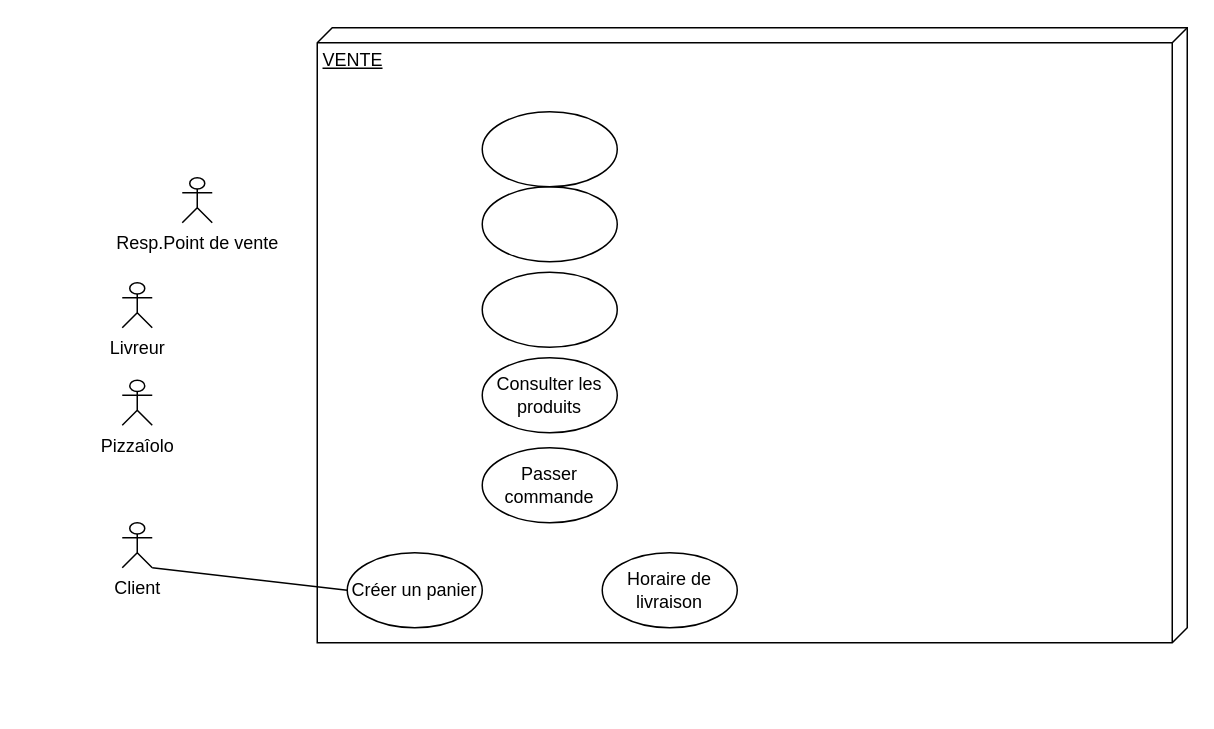
Before: Diagramme cas d utilisation "Vente".drawio in touil2019/Projet4-OC-Pizza, a draw.io diagram. Source tidied: cells renumbered, new cells numbered last; positions are measured from the earlier drawing's top-left corner, leaving out a move shared by most shapes. Both pictures are drawn from the tidied source at 150%, with x=0, y=0 at pixel (122, 27).
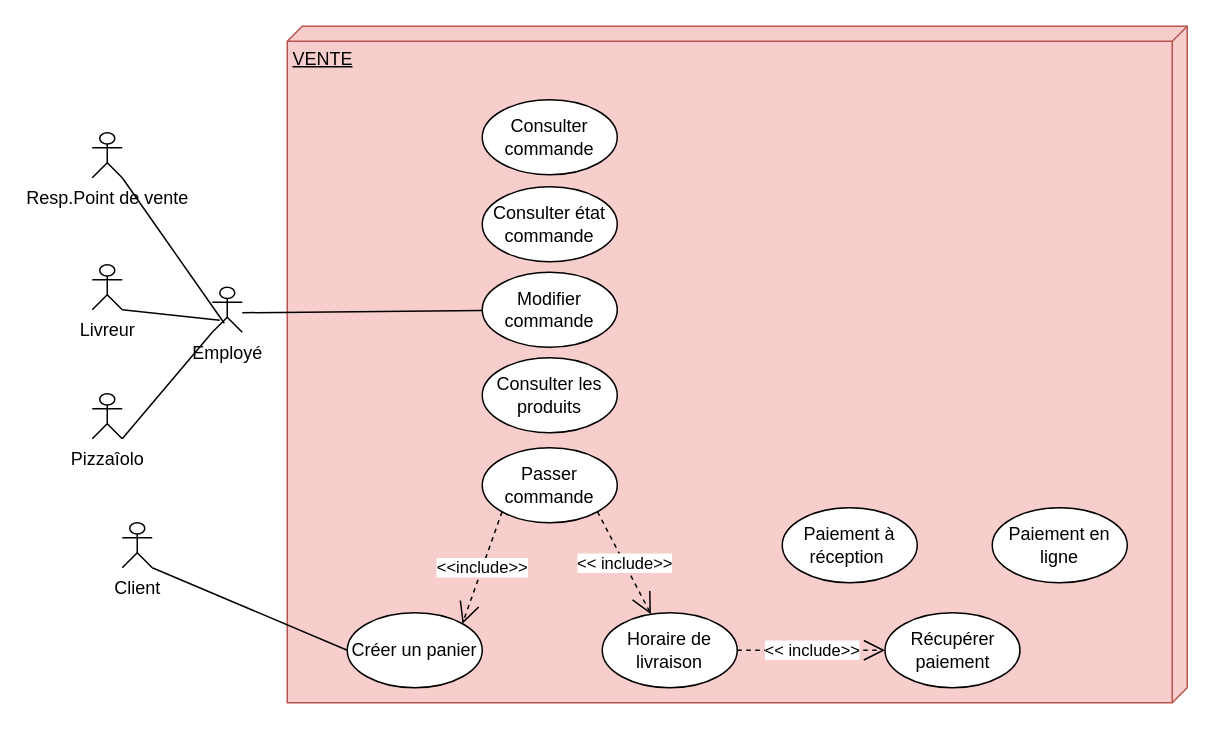
The same diagram, later.

Commit message:
Mettre à jour Diagramme cas d utilisation "Vente".drawio

Unchanged cells that the change refers to:
```xml
<mxCell id="10" value="Passer commande" style="ellipse;whiteSpace=wrap;html=1;" parent="1" vertex="1">
  <mxGeometry x="240" y="280" width="90" height="50" as="geometry" />
</mxCell>
```

What changed in the source:
```diff
@@
-    <mxCell id="2" value="VENTE" style="verticalAlign=top;align=left;spacingTop=8;spacingLeft=2;spacingRight=12;shape=cube;size=10;direction=south;fontStyle=4;html=1;" parent="1" vertex="1">
-      <mxGeometry x="130" width="580" height="410" as="geometry" />
+    <mxCell id="2" value="VENTE" style="verticalAlign=top;align=left;spacingTop=8;spacingLeft=2;spacingRight=12;shape=cube;size=10;direction=south;fontStyle=4;html=1;fillColor=#f8cecc;strokeColor=#b85450;" parent="1" vertex="1">
+      <mxGeometry x="110" y="-1" width="600" height="451" as="geometry" />
     </mxCell>
     <mxCell id="3" value="Créer un panier" style="ellipse;whiteSpace=wrap;html=1;" parent="1" vertex="1">
-      <mxGeometry x="150" y="350" width="90" height="50" as="geometry" />
+      <mxGeometry x="150" y="390" width="90" height="50" as="geometry" />
     </mxCell>
     <mxCell id="4" value="Horaire de livraison" style="ellipse;whiteSpace=wrap;html=1;" parent="1" vertex="1">
-      <mxGeometry x="320" y="350" width="90" height="50" as="geometry" />
+      <mxGeometry x="320" y="390" width="90" height="50" as="geometry" />
     </mxCell>
     <mxCell id="5" value="Pizzaîolo" style="shape=umlActor;verticalLabelPosition=bottom;labelBackgroundColor=#ffffff;verticalAlign=top;html=1;" parent="1" vertex="1">
-      <mxGeometry y="235" width="20" height="30" as="geometry" />
+      <mxGeometry x="-20" y="244" width="20" height="30" as="geometry" />
     </mxCell>
@@
     <mxCell id="7" value="Livreur" style="shape=umlActor;verticalLabelPosition=bottom;labelBackgroundColor=#ffffff;verticalAlign=top;html=1;" parent="1" vertex="1">
-      <mxGeometry y="170" width="20" height="30" as="geometry" />
+      <mxGeometry x="-20" y="158" width="20" height="30" as="geometry" />
     </mxCell>
     <mxCell id="8" value="Resp.Point de vente&lt;br&gt;&lt;br&gt;" style="shape=umlActor;verticalLabelPosition=bottom;labelBackgroundColor=#ffffff;verticalAlign=top;html=1;" parent="1" vertex="1">
-      <mxGeometry x="40" y="100" width="20" height="30" as="geometry" />
+      <mxGeometry x="-20" y="70" width="20" height="30" as="geometry" />
     </mxCell>
@@
-    <mxCell id="12" style="ellipse;whiteSpace=wrap;html=1;" parent="1" vertex="1">
+    <mxCell id="12" value="Consulter état commande" style="ellipse;whiteSpace=wrap;html=1;" parent="1" vertex="1">
       <mxGeometry x="240" y="106" width="90" height="50" as="geometry" />
     </mxCell>
-    <mxCell id="13" style="ellipse;whiteSpace=wrap;html=1;" parent="1" vertex="1">
-      <mxGeometry x="240" y="56" width="90" height="50" as="geometry" />
+    <mxCell id="13" value="Consulter commande" style="ellipse;whiteSpace=wrap;html=1;" parent="1" vertex="1">
+      <mxGeometry x="240" y="48" width="90" height="50" as="geometry" />
     </mxCell>
-    <mxCell id="14" style="ellipse;whiteSpace=wrap;html=1;" parent="1" vertex="1">
+    <mxCell id="14" value="Modifier&lt;br&gt;commande&lt;br&gt;" style="ellipse;whiteSpace=wrap;html=1;" parent="1" vertex="1">
       <mxGeometry x="240" y="163" width="90" height="50" as="geometry" />
     </mxCell>
+    <mxCell id="15" value="Paiement à réception&amp;nbsp;" style="ellipse;whiteSpace=wrap;html=1;" parent="1" vertex="1">
+      <mxGeometry x="440" y="320" width="90" height="50" as="geometry" />
+    </mxCell>
+    <mxCell id="16" value="Paiement en ligne" style="ellipse;whiteSpace=wrap;html=1;" parent="1" vertex="1">
+      <mxGeometry x="580" y="320" width="90" height="50" as="geometry" />
+    </mxCell>
+    <mxCell id="17" value="Récupérer&lt;br&gt;paiement&lt;br&gt;" style="ellipse;whiteSpace=wrap;html=1;" parent="1" vertex="1">
+      <mxGeometry x="508.5" y="390" width="90" height="50" as="geometry" />
+    </mxCell>
+    <mxCell id="18" style="endArrow=none;html=1;entryX=0.25;entryY=0.733;entryDx=0;entryDy=0;entryPerimeter=0;" parent="1" edge="1" target="20">
+      <mxGeometry relative="1" as="geometry">
+        <mxPoint y="188" as="sourcePoint" />
+      </mxGeometry>
+    </mxCell>
+    <mxCell id="19" style="endArrow=none;html=1;entryX=0.4;entryY=0.8;entryDx=0;entryDy=0;exitX=1;exitY=1;exitDx=0;exitDy=0;exitPerimeter=0;entryPerimeter=0;" parent="1" edge="1" source="8" target="20">
+      <mxGeometry relative="1" as="geometry" />
+    </mxCell>
+    <mxCell id="20" value="Employé" style="shape=umlActor;verticalLabelPosition=bottom;labelBackgroundColor=#ffffff;verticalAlign=top;html=1;" parent="1" vertex="1">
+      <mxGeometry x="60" y="173" width="20" height="30" as="geometry" />
+    </mxCell>
+    <mxCell id="21" style="endArrow=none;html=1;entryX=0;entryY=1;entryDx=0;entryDy=0;entryPerimeter=0;exitX=1;exitY=1;exitDx=0;exitDy=0;exitPerimeter=0;" parent="1" edge="1" source="5" target="20">
+      <mxGeometry relative="1" as="geometry" />
+    </mxCell>
+    <mxCell id="22" style="endArrow=none;html=1;" parent="1" edge="1" target="14">
+      <mxGeometry relative="1" as="geometry">
+        <mxPoint x="80" y="190" as="sourcePoint" />
+      </mxGeometry>
+    </mxCell>
+    <mxCell id="23" value="&amp;lt;&amp;lt;include&amp;gt;&amp;gt;" style="endArrow=open;endSize=12;dashed=1;html=1;exitX=0;exitY=1;exitDx=0;exitDy=0;entryX=1;entryY=0;entryDx=0;entryDy=0;" parent="1" edge="1" source="10" target="3">
+      <mxGeometry relative="1" as="geometry" />
+    </mxCell>
+    <mxCell id="24" value="&amp;lt;&amp;lt; include&amp;gt;&amp;gt;" style="endArrow=open;endSize=12;dashed=1;html=1;exitX=1;exitY=1;exitDx=0;exitDy=0;" parent="1" edge="1" source="10" target="4">
+      <mxGeometry relative="1" as="geometry" />
+    </mxCell>
+    <mxCell id="25" value="&amp;lt;&amp;lt; include&amp;gt;&amp;gt;" style="endArrow=open;endSize=12;dashed=1;html=1;entryX=0;entryY=0.5;entryDx=0;entryDy=0;exitX=1;exitY=0.5;exitDx=0;exitDy=0;" parent="1" edge="1" source="4" target="17">
+      <mxGeometry x="0.02" relative="1" as="geometry" />
+    </mxCell>
```
